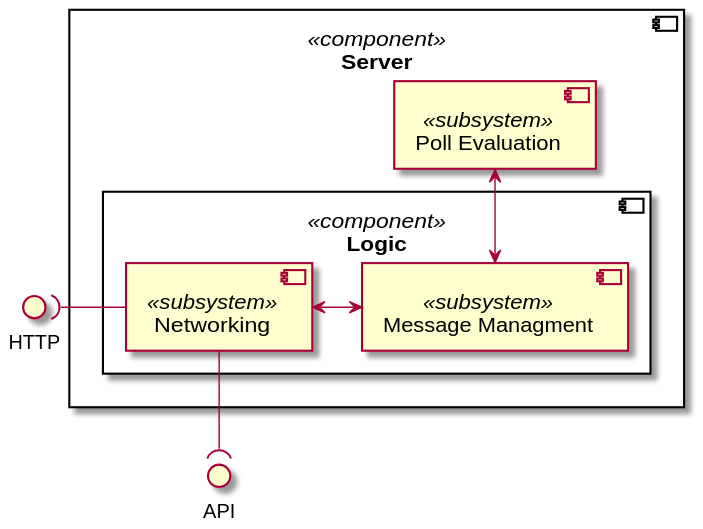
Earlier version of the PlantUML export Docs/Technical Specifications/docs/diagrams/ComponentDiagrams/ServerComponentDiagram.svg (Brotenko/QualityQuest).
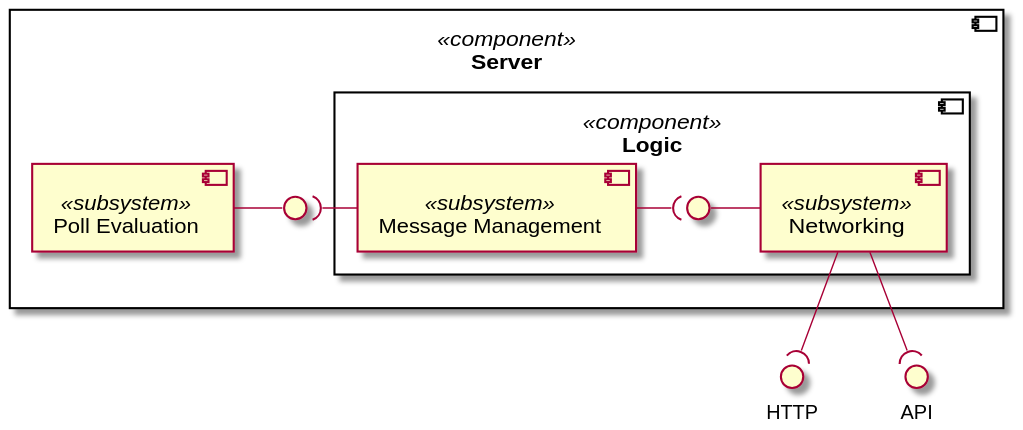
After the change.

What changed in the source:
```diff
@@ -2,18 +2,22 @@
 () "HTTP" as http
 () "API" as api
 
+
 component "Server" <<component>> as server{
-component "Logic" <<component>> as logic{
-    [Networking] <<subsystem>> as network
-    [Message Managment] <<subsystem>> as message
+    component "Logic" <<component>> as logic{
+        [Networking] <<subsystem>> as network
+        [Message Management] <<subsystem>> as message
+        () " " as empty1
+    }
+    [Poll Evaluation] <<subsystem>> as pe
+     () " " as empty2
 }
-    [Poll Evaluation] <<subsystem>> as pe
-}
-http )-right- network
 
 
-pe <-down-> message
-network <-> message
-
+http )-up- network
+empty2 -left- pe
+network -left- empty1
 api )-up- network
+message -( empty1
+message -( empty2
 @enduml
```
